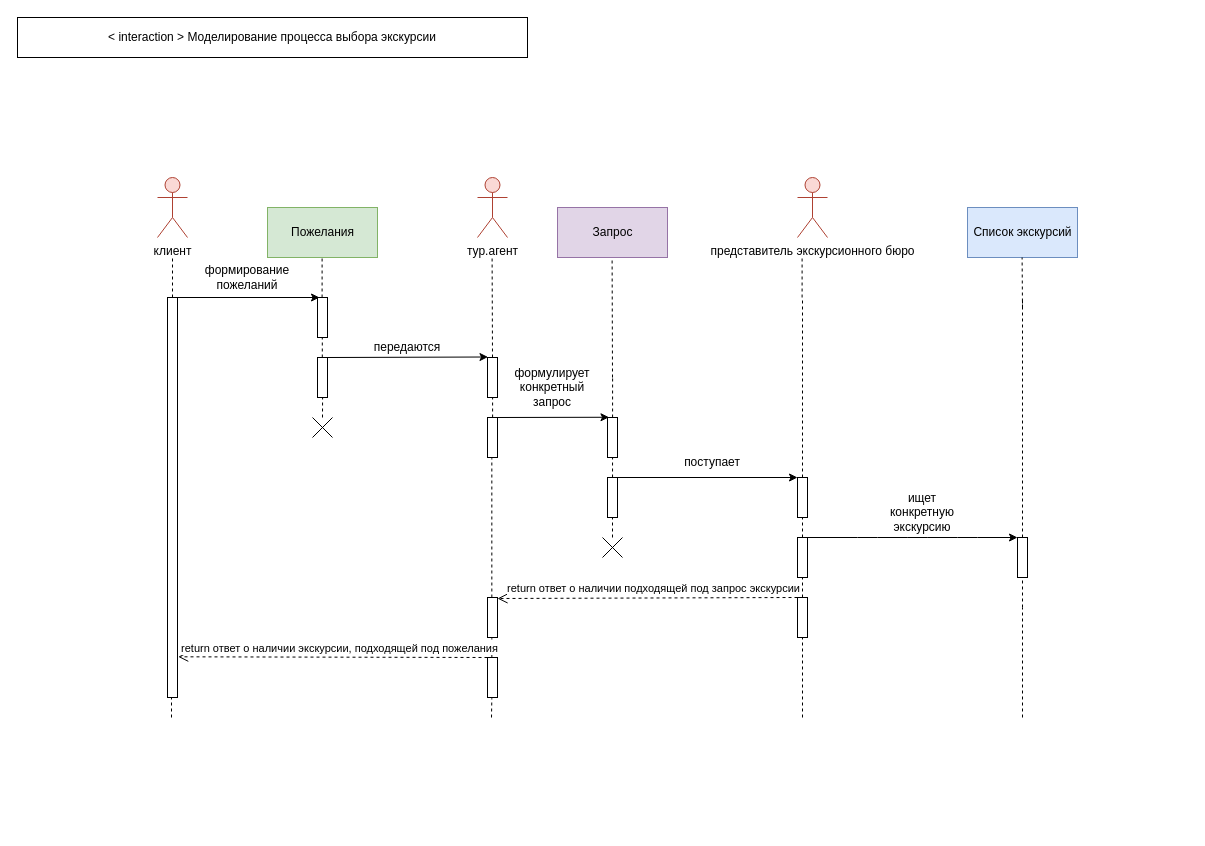
This is LR5/sequence_diagram_1.drawio from f0rsunka/UML, a draw.io file, before an edit. Source tidied: cells renumbered, new cells numbered last; positions are measured from the earlier drawing's top-left corner, leaving out a move shared by most shapes. Both pictures are drawn from the tidied source at 100%, with x=0, y=0 at pixel (17, 17).
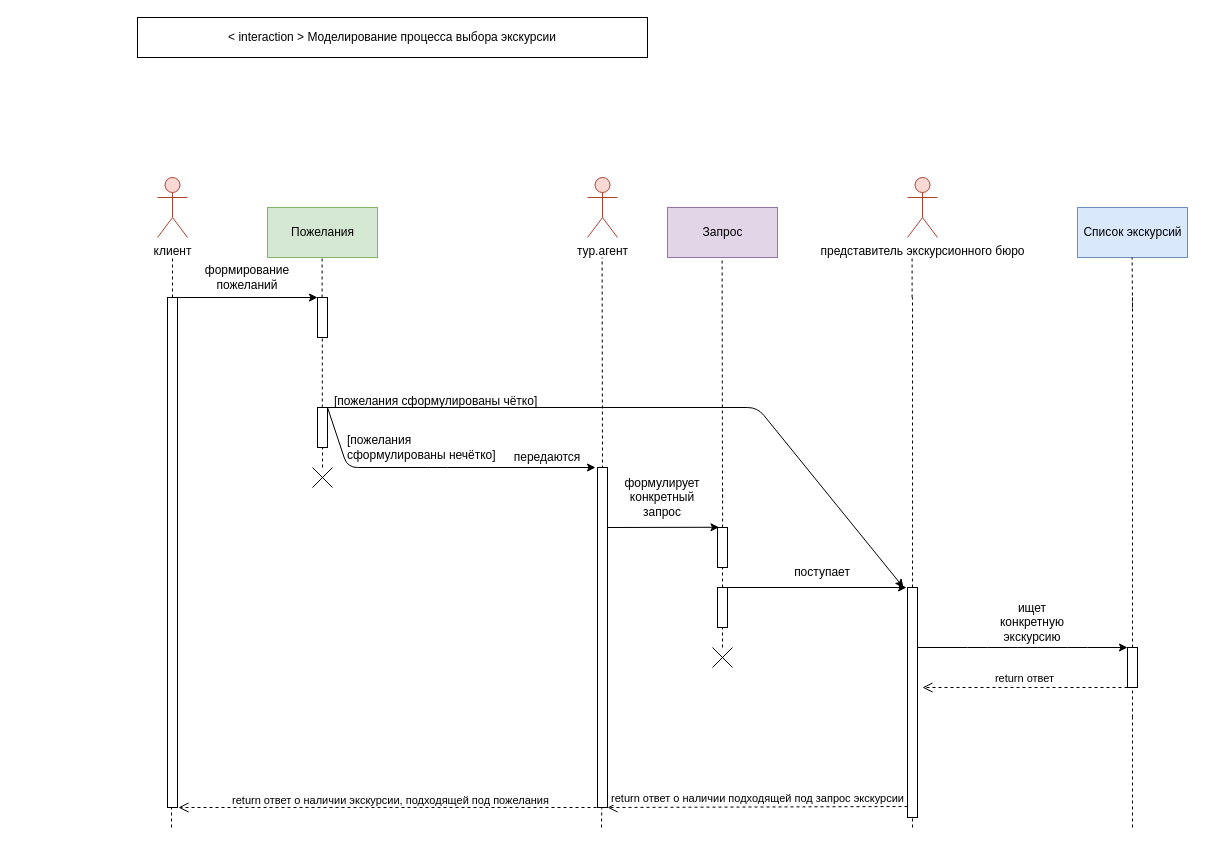
The same diagram, later.

The change refers to these unchanged cells:
```xml
<mxCell id="10" value="формирование пожеланий" style="text;html=1;strokeColor=none;fillColor=none;align=center;verticalAlign=middle;whiteSpace=wrap;rounded=0;" parent="1" vertex="1">
  <mxGeometry x="160" y="240" width="140" height="40" as="geometry" />
</mxCell>
<mxCell id="14" style="html=1;points=[];perimeter=orthogonalPerimeter;" parent="1" vertex="1">
  <mxGeometry x="300" y="280" width="10" height="40" as="geometry" />
</mxCell>
```

Diff of the diagram source:
```diff
@@
     <mxCell id="3" value="тур.агент" style="shape=umlActor;verticalLabelPosition=bottom;labelBackgroundColor=#ffffff;verticalAlign=top;html=1;fillColor=#fad9d5;strokeColor=#ae4132;" parent="1" vertex="1">
-      <mxGeometry x="460" y="160" width="30" height="60" as="geometry" />
+      <mxGeometry x="570" y="160" width="30" height="60" as="geometry" />
     </mxCell>
     <mxCell id="4" value="&lt;div&gt;представитель экскурсионного бюро&lt;/div&gt;" style="shape=umlActor;verticalLabelPosition=bottom;labelBackgroundColor=#ffffff;verticalAlign=top;html=1;fillColor=#fad9d5;strokeColor=#ae4132;" parent="1" vertex="1">
-      <mxGeometry x="780" y="160" width="30" height="60" as="geometry" />
+      <mxGeometry x="890" y="160" width="30" height="60" as="geometry" />
     </mxCell>
@@
     <mxCell id="6" value="Запрос" style="html=1;fillColor=#e1d5e7;strokeColor=#9673a6;" parent="1" vertex="1">
-      <mxGeometry x="540" y="190" width="110" height="50" as="geometry" />
+      <mxGeometry x="650" y="190" width="110" height="50" as="geometry" />
     </mxCell>
     <mxCell id="7" value="Список экскурсий" style="html=1;fillColor=#dae8fc;strokeColor=#6c8ebf;" parent="1" vertex="1">
-      <mxGeometry x="950" y="190" width="110" height="50" as="geometry" />
+      <mxGeometry x="1060" y="190" width="110" height="50" as="geometry" />
     </mxCell>
-    <mxCell id="8" style="endArrow=classic;html=1;entryX=0.2;entryY=0;entryDx=0;entryDy=0;entryPerimeter=0;" parent="1" edge="1" target="14">
-      <mxGeometry relative="1" as="geometry">
-        <mxPoint x="160" y="280" as="sourcePoint" />
-      </mxGeometry>
-    </mxCell>
     <mxCell id="9" style="html=1;points=[];perimeter=orthogonalPerimeter;" parent="1" vertex="1">
-      <mxGeometry x="150" y="280" width="10" height="400" as="geometry" />
+      <mxGeometry x="150" y="280" width="10" height="510" as="geometry" />
     </mxCell>
@@
     <mxCell id="12" style="endArrow=none;dashed=1;html=1;entryX=0.433;entryY=1.017;entryDx=0;entryDy=0;entryPerimeter=0;" parent="1" edge="1" source="30">
       <mxGeometry relative="1" as="geometry">
-        <mxPoint x="305.1" y="360" as="targetPoint" />
+        <mxPoint x="305.1" y="410" as="targetPoint" />
       </mxGeometry>
     </mxCell>
@@
-    <mxCell id="15" style="endArrow=classic;html=1;entryX=0.05;entryY=-0.006;entryDx=0;entryDy=0;entryPerimeter=0;" parent="1" edge="1">
-      <mxGeometry relative="1" as="geometry">
-        <mxPoint x="310" y="340" as="sourcePoint" />
-        <mxPoint x="470.5" y="339.5" as="targetPoint" />
-      </mxGeometry>
-    </mxCell>
     <mxCell id="16" value="передаются" style="text;html=1;strokeColor=none;fillColor=none;align=center;verticalAlign=middle;whiteSpace=wrap;rounded=0;" parent="1" vertex="1">
-      <mxGeometry x="320" y="320" width="140" height="20" as="geometry" />
+      <mxGeometry x="460" y="430" width="140" height="20" as="geometry" />
     </mxCell>
-    <mxCell id="17" style="endArrow=none;dashed=1;html=1;entryX=0.433;entryY=1.017;entryDx=0;entryDy=0;entryPerimeter=0;" parent="1" edge="1" source="32">
+    <mxCell id="17" style="endArrow=none;dashed=1;html=1;entryX=0.433;entryY=1.017;entryDx=0;entryDy=0;entryPerimeter=0;" parent="1" edge="1">
       <mxGeometry relative="1" as="geometry">
-        <mxPoint x="475.1" y="360" as="targetPoint" />
+        <mxPoint x="585.1" y="510" as="sourcePoint" />
+        <mxPoint x="585.1" y="470" as="targetPoint" />
       </mxGeometry>
     </mxCell>
-    <mxCell id="18" style="endArrow=none;dashed=1;html=1;" parent="1" edge="1">
+    <mxCell id="18" style="endArrow=none;dashed=1;html=1;exitX=0.5;exitY=0.003;exitDx=0;exitDy=0;exitPerimeter=0;" parent="1" edge="1" source="31">
       <mxGeometry relative="1" as="geometry">
-        <mxPoint x="475" y="340" as="sourcePoint" />
-        <mxPoint x="474.6" y="240" as="targetPoint" />
+        <mxPoint x="584.6" y="240" as="targetPoint" />
       </mxGeometry>
     </mxCell>
     <mxCell id="19" style="endArrow=classic;html=1;exitX=0.475;exitY=0;exitDx=0;exitDy=0;exitPerimeter=0;entryX=0.15;entryY=-0.006;entryDx=0;entryDy=0;entryPerimeter=0;" parent="1" edge="1" target="34">
       <mxGeometry relative="1" as="geometry">
-        <mxPoint x="480" y="400" as="sourcePoint" />
+        <mxPoint x="590" y="510" as="sourcePoint" />
       </mxGeometry>
     </mxCell>
     <mxCell id="20" style="endArrow=none;dashed=1;html=1;entryX=0.433;entryY=1.017;entryDx=0;entryDy=0;entryPerimeter=0;" parent="1" edge="1">
       <mxGeometry relative="1" as="geometry">
-        <mxPoint x="595" y="520" as="sourcePoint" />
-        <mxPoint x="595.1" y="360" as="targetPoint" />
+        <mxPoint x="705" y="630" as="sourcePoint" />
+        <mxPoint x="705.1" y="470" as="targetPoint" />
       </mxGeometry>
     </mxCell>
     <mxCell id="21" style="endArrow=none;dashed=1;html=1;" parent="1" edge="1">
       <mxGeometry relative="1" as="geometry">
-        <mxPoint x="595" y="360" as="sourcePoint" />
-        <mxPoint x="594.6" y="240" as="targetPoint" />
+        <mxPoint x="705" y="480" as="sourcePoint" />
+        <mxPoint x="704.6" y="240" as="targetPoint" />
       </mxGeometry>
     </mxCell>
     <mxCell id="22" value="формулирует конкретный запрос" style="text;html=1;strokeColor=none;fillColor=none;align=center;verticalAlign=middle;whiteSpace=wrap;rounded=0;" parent="1" vertex="1">
-      <mxGeometry x="490" y="340" width="90" height="60" as="geometry" />
+      <mxGeometry x="600" y="450" width="90" height="60" as="geometry" />
     </mxCell>
-    <mxCell id="23" style="endArrow=classic;html=1;" parent="1" edge="1">
-      <mxGeometry relative="1" as="geometry">
-        <mxPoint x="600" y="460" as="sourcePoint" />
-        <mxPoint x="780" y="460" as="targetPoint" />
-      </mxGeometry>
-    </mxCell>
     <mxCell id="24" value="поступает" style="text;html=1;strokeColor=none;fillColor=none;align=center;verticalAlign=middle;whiteSpace=wrap;rounded=0;" parent="1" vertex="1">
-      <mxGeometry x="650" y="430" width="90" height="30" as="geometry" />
+      <mxGeometry x="760" y="540" width="90" height="30" as="geometry" />
     </mxCell>
     <mxCell id="25" style="endArrow=none;dashed=1;html=1;" parent="1" edge="1" source="37">
       <mxGeometry relative="1" as="geometry">
-        <mxPoint x="785" y="280" as="targetPoint" />
+        <mxPoint x="895" y="280" as="targetPoint" />
       </mxGeometry>
     </mxCell>
     <mxCell id="26" style="endArrow=none;dashed=1;html=1;" parent="1" edge="1">
       <mxGeometry relative="1" as="geometry">
-        <mxPoint x="784.6" y="280" as="sourcePoint" />
-        <mxPoint x="784.6" y="240" as="targetPoint" />
+        <mxPoint x="894.6" y="280" as="sourcePoint" />
+        <mxPoint x="894.6" y="240" as="targetPoint" />
       </mxGeometry>
     </mxCell>
     <mxCell id="27" style="endArrow=none;dashed=1;html=1;" parent="1" edge="1" source="40">
       <mxGeometry relative="1" as="geometry">
-        <mxPoint x="1005" y="280" as="targetPoint" />
+        <mxPoint x="1115" y="280" as="targetPoint" />
       </mxGeometry>
     </mxCell>
     <mxCell id="28" style="endArrow=none;dashed=1;html=1;" parent="1" edge="1">
       <mxGeometry relative="1" as="geometry">
-        <mxPoint x="1005" y="290" as="sourcePoint" />
-        <mxPoint x="1004.6" y="240" as="targetPoint" />
+        <mxPoint x="1115" y="290" as="sourcePoint" />
+        <mxPoint x="1114.6" y="240" as="targetPoint" />
       </mxGeometry>
     </mxCell>
-    <mxCell id="29" style="endArrow=none;dashed=1;html=1;" parent="1" edge="1">
+    <mxCell id="29" style="endArrow=none;dashed=1;html=1;" parent="1" edge="1" source="30">
       <mxGeometry relative="1" as="geometry">
-        <mxPoint x="304.8" y="340" as="sourcePoint" />
         <mxPoint x="304.8" y="320" as="targetPoint" />
       </mxGeometry>
     </mxCell>
     <mxCell id="30" style="html=1;points=[];perimeter=orthogonalPerimeter;" parent="1" vertex="1">
-      <mxGeometry x="300" y="340" width="10" height="40" as="geometry" />
+      <mxGeometry x="300" y="390" width="10" height="40" as="geometry" />
     </mxCell>
     <mxCell id="31" style="html=1;points=[];perimeter=orthogonalPerimeter;" parent="1" vertex="1">
-      <mxGeometry x="470" y="340" width="10" height="40" as="geometry" />
+      <mxGeometry x="580" y="450" width="10" height="340" as="geometry" />
     </mxCell>
-    <mxCell id="32" style="html=1;points=[];perimeter=orthogonalPerimeter;" parent="1" vertex="1">
-      <mxGeometry x="470" y="400" width="10" height="40" as="geometry" />
-    </mxCell>
-    <mxCell id="33" style="endArrow=none;dashed=1;html=1;entryX=0.433;entryY=1.017;entryDx=0;entryDy=0;entryPerimeter=0;" parent="1" edge="1" source="47" target="32">
-      <mxGeometry relative="1" as="geometry" />
-    </mxCell>
     <mxCell id="34" style="html=1;points=[];perimeter=orthogonalPerimeter;" parent="1" vertex="1">
-      <mxGeometry x="590" y="400" width="10" height="40" as="geometry" />
+      <mxGeometry x="700" y="510" width="10" height="40" as="geometry" />
     </mxCell>
     <mxCell id="35" style="html=1;perimeter=orthogonalPerimeter;" parent="1" vertex="1">
-      <mxGeometry x="590" y="460" width="10" height="40" as="geometry" />
+      <mxGeometry x="700" y="570" width="10" height="40" as="geometry" />
     </mxCell>
     <mxCell id="36" style="endArrow=classic;html=1;" parent="1" edge="1">
       <mxGeometry relative="1" as="geometry">
-        <mxPoint x="790" y="520" as="sourcePoint" />
-        <mxPoint x="1000" y="520" as="targetPoint" />
+        <mxPoint x="900" y="630" as="sourcePoint" />
+        <mxPoint x="1110" y="630" as="targetPoint" />
         <Array as="points">
-          <mxPoint x="850" y="520" />
-          <mxPoint x="899.7" y="520" />
-          <mxPoint x="950" y="520" />
+          <mxPoint x="960" y="630" />
+          <mxPoint x="1009.7" y="630" />
+          <mxPoint x="1060" y="630" />
         </Array>
       </mxGeometry>
     </mxCell>
     <mxCell id="37" style="html=1;points=[];perimeter=orthogonalPerimeter;" parent="1" vertex="1">
-      <mxGeometry x="780" y="460" width="10" height="40" as="geometry" />
+      <mxGeometry x="890" y="570" width="10" height="230" as="geometry" />
     </mxCell>
     <mxCell id="38" style="endArrow=none;dashed=1;html=1;" parent="1" edge="1" target="37">
       <mxGeometry relative="1" as="geometry">
-        <mxPoint x="785" y="700" as="sourcePoint" />
+        <mxPoint x="895" y="810" as="sourcePoint" />
       </mxGeometry>
     </mxCell>
-    <mxCell id="39" style="html=1;perimeter=orthogonalPerimeter;" parent="1" vertex="1">
-      <mxGeometry x="780" y="520" width="10" height="40" as="geometry" />
-    </mxCell>
     <mxCell id="40" style="html=1;points=[];perimeter=orthogonalPerimeter;" parent="1" vertex="1">
-      <mxGeometry x="1000" y="520" width="10" height="40" as="geometry" />
+      <mxGeometry x="1110" y="630" width="10" height="40" as="geometry" />
     </mxCell>
     <mxCell id="41" style="endArrow=none;dashed=1;html=1;" parent="1" edge="1" target="40">
       <mxGeometry relative="1" as="geometry">
-        <mxPoint x="1005" y="590" as="sourcePoint" />
+        <mxPoint x="1115" y="700" as="sourcePoint" />
       </mxGeometry>
     </mxCell>
     <mxCell id="42" style="endArrow=none;dashed=1;html=1;entryX=0.433;entryY=1.017;entryDx=0;entryDy=0;entryPerimeter=0;" parent="1" edge="1">
       <mxGeometry relative="1" as="geometry">
-        <mxPoint x="305" y="400" as="sourcePoint" />
-        <mxPoint x="305.1" y="380" as="targetPoint" />
+        <mxPoint x="305" y="450" as="sourcePoint" />
+        <mxPoint x="305.1" y="430" as="targetPoint" />
       </mxGeometry>
     </mxCell>
     <mxCell id="43" value="ищет конкретную экскурсию" style="text;html=1;strokeColor=none;fillColor=none;align=center;verticalAlign=middle;whiteSpace=wrap;rounded=0;" parent="1" vertex="1">
-      <mxGeometry x="860" y="480" width="90" height="30" as="geometry" />
+      <mxGeometry x="970" y="590" width="90" height="30" as="geometry" />
     </mxCell>
     <mxCell id="44" style="endArrow=none;dashed=1;html=1;" parent="1" edge="1">
       <mxGeometry relative="1" as="geometry">
-        <mxPoint x="1005" y="700" as="sourcePoint" />
-        <mxPoint x="1005" y="590" as="targetPoint" />
+        <mxPoint x="1115" y="810" as="sourcePoint" />
+        <mxPoint x="1115" y="700" as="targetPoint" />
       </mxGeometry>
     </mxCell>
     <mxCell id="45" value="return ответ о наличии подходящей под запрос экскурсии" style="html=1;verticalAlign=bottom;endArrow=open;dashed=1;endSize=8;" parent="1" edge="1">
-      <mxGeometry x="-0.04" relative="1" as="geometry">
-        <mxPoint x="780" y="580" as="sourcePoint" />
-        <mxPoint x="480" y="581" as="targetPoint" />
+      <mxGeometry relative="1" as="geometry">
+        <mxPoint x="890" y="789" as="sourcePoint" />
+        <mxPoint x="590" y="790" as="targetPoint" />
+        <mxPoint y="1" as="offset" />
       </mxGeometry>
     </mxCell>
-    <mxCell id="46" style="html=1;perimeter=orthogonalPerimeter;" parent="1" vertex="1">
-      <mxGeometry x="780" y="580" width="10" height="40" as="geometry" />
-    </mxCell>
-    <mxCell id="47" style="html=1;points=[];perimeter=orthogonalPerimeter;" parent="1" vertex="1">
-      <mxGeometry x="470" y="580" width="10" height="40" as="geometry" />
-    </mxCell>
-    <mxCell id="48" style="endArrow=none;dashed=1;html=1;entryX=0.433;entryY=1.017;entryDx=0;entryDy=0;entryPerimeter=0;" parent="1" edge="1" source="49" target="47">
-      <mxGeometry relative="1" as="geometry" />
-    </mxCell>
-    <mxCell id="49" style="html=1;points=[];perimeter=orthogonalPerimeter;" parent="1" vertex="1">
-      <mxGeometry x="470" y="640" width="10" height="40" as="geometry" />
-    </mxCell>
-    <mxCell id="50" style="endArrow=none;dashed=1;html=1;entryX=0.433;entryY=1.017;entryDx=0;entryDy=0;entryPerimeter=0;" parent="1" edge="1" target="49">
+    <mxCell id="50" style="endArrow=none;dashed=1;html=1;entryX=0.433;entryY=1.017;entryDx=0;entryDy=0;entryPerimeter=0;" parent="1" edge="1">
       <mxGeometry relative="1" as="geometry">
-        <mxPoint x="474" y="700" as="sourcePoint" />
+        <mxPoint x="584" y="810" as="sourcePoint" />
+        <mxPoint x="584.3" y="790.7" as="targetPoint" />
       </mxGeometry>
     </mxCell>
-    <mxCell id="51" value="return ответ о наличии экскурсии, подходящей под пожелания " style="html=1;verticalAlign=bottom;endArrow=open;dashed=1;endSize=8;entryX=1.067;entryY=-0.017;entryDx=0;entryDy=0;entryPerimeter=0;" parent="1" edge="1">
-      <mxGeometry x="-0.04" relative="1" as="geometry">
-        <mxPoint x="470" y="640" as="sourcePoint" />
-        <mxPoint x="160.7" y="639.3" as="targetPoint" />
+    <mxCell id="51" value="return ответ о наличии экскурсии, подходящей под пожелания " style="html=1;verticalAlign=bottom;endArrow=open;dashed=1;endSize=8;" parent="1" edge="1">
+      <mxGeometry y="2" relative="1" as="geometry">
+        <mxPoint x="585" y="790" as="sourcePoint" />
+        <mxPoint x="161" y="790" as="targetPoint" />
       </mxGeometry>
     </mxCell>
     <mxCell id="52" style="endArrow=none;dashed=1;html=1;" parent="1" edge="1" target="9">
       <mxGeometry relative="1" as="geometry">
-        <mxPoint x="154" y="700" as="sourcePoint" />
+        <mxPoint x="154" y="810" as="sourcePoint" />
       </mxGeometry>
     </mxCell>
     <mxCell id="53" value="&lt;div&gt;&amp;lt; interaction &amp;gt; Моделирование процесса выбора экскурсии&lt;/div&gt;" style="rounded=0;whiteSpace=wrap;html=1;" parent="1" vertex="1">
-      <mxGeometry width="510" height="40" as="geometry" />
+      <mxGeometry x="120" width="510" height="40" as="geometry" />
     </mxCell>
     <mxCell id="54" style="shape=umlDestroy;whiteSpace=wrap;html=1;strokeWidth=1;" parent="1" vertex="1">
-      <mxGeometry x="295" y="400" width="20" height="20" as="geometry" />
+      <mxGeometry x="295" y="450" width="20" height="20" as="geometry" />
     </mxCell>
     <mxCell id="55" style="shape=umlDestroy;whiteSpace=wrap;html=1;strokeWidth=1;" parent="1" vertex="1">
-      <mxGeometry x="585" y="520" width="20" height="20" as="geometry" />
+      <mxGeometry x="695" y="630" width="20" height="20" as="geometry" />
     </mxCell>
+    <mxCell id="56" value="return ответ" style="html=1;verticalAlign=bottom;endArrow=open;dashed=1;endSize=8;entryX=1.5;entryY=1;entryDx=0;entryDy=0;entryPerimeter=0;" parent="1" edge="1">
+      <mxGeometry relative="1" as="geometry">
+        <mxPoint x="1110" y="670" as="sourcePoint" />
+        <mxPoint x="905" y="670" as="targetPoint" />
+      </mxGeometry>
+    </mxCell>
+    <mxCell id="57" style="endArrow=classic;html=1;entryX=1;entryY=1;entryDx=0;entryDy=0;" parent="1" edge="1" target="10">
+      <mxGeometry relative="1" as="geometry">
+        <mxPoint x="159" y="280" as="sourcePoint" />
+      </mxGeometry>
+    </mxCell>
+    <mxCell id="58" value="&lt;div align=&quot;left&quot;&gt;[пожелания сформулированы нечётко]&lt;/div&gt;" style="text;html=1;strokeColor=none;fillColor=none;align=left;verticalAlign=middle;whiteSpace=wrap;rounded=0;" parent="1" vertex="1">
+      <mxGeometry x="327.5" y="410" width="152.5" height="40" as="geometry" />
+    </mxCell>
+    <mxCell id="59" value="[пожелания сформулированы чётко]" style="text;whiteSpace=wrap;html=1;" parent="1" vertex="1">
+      <mxGeometry x="315" y="370" width="230" height="30" as="geometry" />
+    </mxCell>
+    <mxCell id="60" style="endArrow=classic;html=1;entryX=-0.2;entryY=0;entryDx=0;entryDy=0;entryPerimeter=0;" parent="1" edge="1" target="31">
+      <mxGeometry relative="1" as="geometry">
+        <mxPoint x="310" y="390" as="sourcePoint" />
+        <Array as="points">
+          <mxPoint x="330" y="450" />
+          <mxPoint x="420" y="450" />
+        </Array>
+      </mxGeometry>
+    </mxCell>
+    <mxCell id="61" style="endArrow=classic;html=1;" parent="1" edge="1">
+      <mxGeometry relative="1" as="geometry">
+        <mxPoint x="310" y="390" as="sourcePoint" />
+        <mxPoint x="886" y="570" as="targetPoint" />
+        <Array as="points">
+          <mxPoint x="740" y="390" />
+        </Array>
+      </mxGeometry>
+    </mxCell>
+    <mxCell id="62" style="endArrow=classic;html=1;" parent="1" edge="1">
+      <mxGeometry relative="1" as="geometry">
+        <mxPoint x="710" y="570" as="sourcePoint" />
+        <mxPoint x="889" y="570" as="targetPoint" />
+      </mxGeometry>
+    </mxCell>
```
